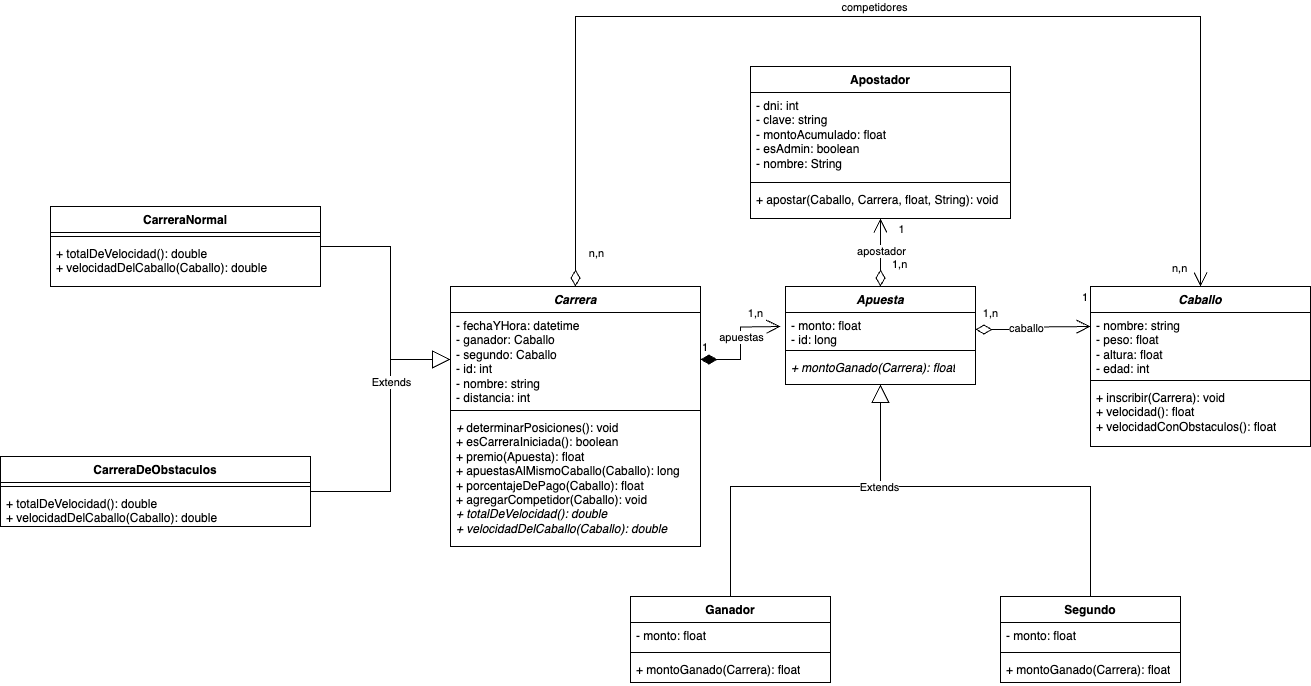
Earlier version of the draw.io export documentacion/diagrama-de-clases.png (lucasljm2001/tecnicas-avanzadas-de-programacion). Source tidied: cells renumbered, new cells last; positions are measured from the earlier drawing's top-left corner, leaving out a move shared by most shapes. Its diagram source:
```xml
<mxGraphModel>
  <root>
    <mxCell id="0" />
    <mxCell id="1" parent="0" />
    <mxCell id="2" value="&lt;i&gt;Carrera&lt;/i&gt;" style="swimlane;fontStyle=1;align=center;verticalAlign=top;horizontal=1;startSize=26;whiteSpace=wrap;html=1;" parent="1" vertex="1">
      <mxGeometry x="450" y="270" width="250" height="260" as="geometry" />
    </mxCell>
    <mxCell id="3" value="- fechaYHora: datetime&lt;div&gt;- ganador: Caballo&lt;/div&gt;&lt;div&gt;- segundo: Caballo&lt;/div&gt;&lt;div&gt;- id: int&lt;/div&gt;&lt;div&gt;- nombre: string&lt;/div&gt;&lt;div&gt;- distancia: int&lt;/div&gt;" style="text;strokeColor=none;fillColor=none;align=left;verticalAlign=top;spacingLeft=4;spacingRight=4;overflow=hidden;points=[[0,0.5],[1,0.5]];portConstraint=eastwest;whiteSpace=wrap;html=1;" parent="2" vertex="1">
      <mxGeometry y="26" width="250" height="94" as="geometry" />
    </mxCell>
    <mxCell id="4" style="line;strokeWidth=1;fillColor=none;align=left;verticalAlign=middle;spacingTop=-1;spacingLeft=3;spacingRight=3;labelPosition=right;strokeColor=inherit;" parent="2" vertex="1">
      <mxGeometry y="120" width="250" height="8" as="geometry" />
    </mxCell>
    <mxCell id="5" value="&lt;i&gt;+ &lt;/i&gt;determinarPosiciones(): void&lt;div&gt;&lt;span style=&quot;background-color: initial;&quot;&gt;+ esCarreraIniciada(): boolean&lt;/span&gt;&lt;br&gt;&lt;/div&gt;&lt;div&gt;&lt;span style=&quot;background-color: initial;&quot;&gt;+ premio(Apuesta): float&lt;/span&gt;&lt;/div&gt;&lt;div&gt;&lt;span style=&quot;background-color: initial;&quot;&gt;+ apuestasAlMismoCaballo(Caballo): long&lt;/span&gt;&lt;/div&gt;&lt;div&gt;&lt;span style=&quot;background-color: initial;&quot;&gt;+ porcentajeDePago(Caballo): float&lt;/span&gt;&lt;/div&gt;&lt;div&gt;&lt;span style=&quot;background-color: initial;&quot;&gt;+ agregarCompetidor(Caballo): void&lt;/span&gt;&lt;/div&gt;&lt;div&gt;&lt;span style=&quot;background-color: initial;&quot;&gt;&lt;i&gt;+ totalDeVelocidad(): double&lt;/i&gt;&lt;/span&gt;&lt;/div&gt;&lt;div&gt;&lt;span style=&quot;background-color: initial;&quot;&gt;&lt;i&gt;+ velocidadDelCaballo(Caballo): double&lt;/i&gt;&lt;/span&gt;&lt;/div&gt;" style="text;strokeColor=none;fillColor=none;align=left;verticalAlign=top;spacingLeft=4;spacingRight=4;overflow=hidden;whiteSpace=wrap;html=1;" parent="2" vertex="1">
      <mxGeometry y="128" width="250" height="132" as="geometry" />
    </mxCell>
    <mxCell id="6" value="&lt;i&gt;Apuesta&lt;/i&gt;" style="swimlane;fontStyle=1;align=center;verticalAlign=top;horizontal=1;startSize=26;whiteSpace=wrap;html=1;" parent="1" vertex="1">
      <mxGeometry x="785" y="270" width="190" height="98" as="geometry" />
    </mxCell>
    <mxCell id="7" value="- monto: float&lt;div&gt;- id: long&lt;/div&gt;" style="text;strokeColor=none;fillColor=none;align=left;verticalAlign=top;spacingLeft=4;spacingRight=4;overflow=hidden;points=[[0,0.5],[1,0.5]];portConstraint=eastwest;whiteSpace=wrap;html=1;" parent="6" vertex="1">
      <mxGeometry y="26" width="190" height="34" as="geometry" />
    </mxCell>
    <mxCell id="8" style="line;strokeWidth=1;fillColor=none;align=left;verticalAlign=middle;spacingTop=-1;spacingLeft=3;spacingRight=3;labelPosition=right;strokeColor=inherit;" parent="6" vertex="1">
      <mxGeometry y="60" width="190" height="8" as="geometry" />
    </mxCell>
    <mxCell id="9" value="&lt;i&gt;+ montoGanado(Carrera): float&lt;/i&gt;" style="text;strokeColor=none;fillColor=none;align=left;verticalAlign=top;spacingLeft=4;spacingRight=4;overflow=hidden;whiteSpace=wrap;html=1;" parent="6" vertex="1">
      <mxGeometry y="68" width="190" height="30" as="geometry" />
    </mxCell>
    <mxCell id="10" value="&lt;i&gt;Caballo&lt;/i&gt;" style="swimlane;fontStyle=1;align=center;verticalAlign=top;horizontal=1;startSize=26;whiteSpace=wrap;html=1;" parent="1" vertex="1">
      <mxGeometry x="1090" y="270" width="220" height="160" as="geometry" />
    </mxCell>
    <mxCell id="11" value="- nombre: string&lt;div&gt;- peso: float&lt;/div&gt;&lt;div&gt;- altura: float&lt;/div&gt;&lt;div&gt;- edad: int&lt;/div&gt;" style="text;strokeColor=none;fillColor=none;align=left;verticalAlign=top;spacingLeft=4;spacingRight=4;overflow=hidden;whiteSpace=wrap;html=1;" parent="10" vertex="1">
      <mxGeometry y="26" width="220" height="64" as="geometry" />
    </mxCell>
    <mxCell id="12" style="line;strokeWidth=1;fillColor=none;align=left;verticalAlign=middle;spacingTop=-1;spacingLeft=3;spacingRight=3;labelPosition=right;strokeColor=inherit;" parent="10" vertex="1">
      <mxGeometry y="90" width="220" height="8" as="geometry" />
    </mxCell>
    <mxCell id="13" value="+ inscribir(Carrera): void&lt;div&gt;&lt;span style=&quot;background-color: initial;&quot;&gt;+ velocidad(): float&lt;/span&gt;&lt;br&gt;&lt;/div&gt;&lt;div&gt;+ velocidadConObstaculos(): float&lt;/div&gt;" style="text;strokeColor=none;fillColor=none;align=left;verticalAlign=top;spacingLeft=4;spacingRight=4;overflow=hidden;whiteSpace=wrap;html=1;" parent="10" vertex="1">
      <mxGeometry y="98" width="220" height="62" as="geometry" />
    </mxCell>
    <mxCell id="14" value="Apostador" style="swimlane;fontStyle=1;align=center;verticalAlign=top;horizontal=1;startSize=26;whiteSpace=wrap;html=1;" parent="1" vertex="1">
      <mxGeometry x="750" y="50" width="260" height="152" as="geometry" />
    </mxCell>
    <mxCell id="15" value="&lt;div&gt;- dni: int&lt;/div&gt;&lt;div&gt;- clave: string&lt;/div&gt;&lt;div&gt;- montoAcumulado: float&lt;/div&gt;&lt;div&gt;- esAdmin: boolean&lt;/div&gt;&lt;div&gt;- nombre: String&lt;/div&gt;" style="text;strokeColor=none;fillColor=none;align=left;verticalAlign=top;spacingLeft=4;spacingRight=4;overflow=hidden;whiteSpace=wrap;html=1;" parent="14" vertex="1">
      <mxGeometry y="26" width="260" height="86" as="geometry" />
    </mxCell>
    <mxCell id="16" style="line;strokeWidth=1;fillColor=none;align=left;verticalAlign=middle;spacingTop=-1;spacingLeft=3;spacingRight=3;labelPosition=right;strokeColor=inherit;" parent="14" vertex="1">
      <mxGeometry y="112" width="260" height="8" as="geometry" />
    </mxCell>
    <mxCell id="17" value="+ apostar(Caballo, Carrera, float, String): void" style="text;strokeColor=none;fillColor=none;align=left;verticalAlign=top;spacingLeft=4;spacingRight=4;overflow=hidden;whiteSpace=wrap;html=1;" parent="14" vertex="1">
      <mxGeometry y="120" width="260" height="32" as="geometry" />
    </mxCell>
    <mxCell id="18" value="1" style="endArrow=open;html=1;endSize=12;startArrow=diamondThin;startSize=14;startFill=1;edgeStyle=orthogonalEdgeStyle;align=left;verticalAlign=bottom;rounded=0;exitX=1;exitY=0.5;exitDx=0;exitDy=0;" parent="1" edge="1" source="3">
      <mxGeometry x="-1" y="3" relative="1" as="geometry">
        <mxPoint x="780" y="310" as="targetPoint" />
      </mxGeometry>
    </mxCell>
    <mxCell id="19" value="1,n" style="edgeLabel;html=1;align=center;verticalAlign=middle;" parent="18" vertex="1">
      <mxGeometry x="0.83" y="2" relative="1" as="geometry">
        <mxPoint x="-16" y="-12" as="offset" />
      </mxGeometry>
    </mxCell>
    <mxCell id="20" value="apuestas" style="edgeLabel;html=1;align=center;verticalAlign=middle;" parent="18" vertex="1">
      <mxGeometry x="0.11" relative="1" as="geometry" />
    </mxCell>
    <mxCell id="21" value="1" style="endArrow=open;html=1;endSize=12;startArrow=diamondThin;startSize=14;startFill=0;edgeStyle=orthogonalEdgeStyle;align=left;verticalAlign=bottom;rounded=0;exitX=1;exitY=0.5;exitDx=0;exitDy=0;" parent="1" edge="1" source="7">
      <mxGeometry x="0.83" y="20" relative="1" as="geometry">
        <mxPoint x="1090" y="310" as="targetPoint" />
      </mxGeometry>
    </mxCell>
    <mxCell id="22" value="1,n" style="edgeLabel;html=1;align=center;verticalAlign=middle;" parent="21" vertex="1">
      <mxGeometry x="0.7" y="3" relative="1" as="geometry">
        <mxPoint x="-83" y="-11" as="offset" />
      </mxGeometry>
    </mxCell>
    <mxCell id="23" value="caballo" style="edgeLabel;html=1;align=center;verticalAlign=middle;" parent="21" vertex="1">
      <mxGeometry x="-0.14" y="2" relative="1" as="geometry" />
    </mxCell>
    <mxCell id="24" value="1,n" style="endArrow=open;html=1;endSize=12;startArrow=diamondThin;startSize=14;startFill=0;edgeStyle=orthogonalEdgeStyle;align=left;verticalAlign=bottom;rounded=0;entryX=0.5;entryY=1;entryDx=0;entryDy=0;" parent="1" edge="1" source="6" target="14">
      <mxGeometry x="-0.62" y="-10" relative="1" as="geometry" />
    </mxCell>
    <mxCell id="25" value="1" style="edgeLabel;html=1;align=center;verticalAlign=middle;" parent="24" vertex="1">
      <mxGeometry x="0.68" y="3" relative="1" as="geometry">
        <mxPoint x="23" as="offset" />
      </mxGeometry>
    </mxCell>
    <mxCell id="26" value="apostador" style="edgeLabel;html=1;align=center;verticalAlign=middle;" parent="24" vertex="1">
      <mxGeometry x="0.05" relative="1" as="geometry" />
    </mxCell>
    <mxCell id="27" value="n,n" style="endArrow=open;html=1;endSize=12;startArrow=diamondThin;startSize=14;startFill=0;edgeStyle=orthogonalEdgeStyle;align=left;verticalAlign=bottom;rounded=0;exitX=0.5;exitY=0;exitDx=0;exitDy=0;entryX=0.5;entryY=0;entryDx=0;entryDy=0;" parent="1" edge="1" source="2" target="10">
      <mxGeometry x="0.98" y="-30" relative="1" as="geometry">
        <Array as="points">
          <mxPoint x="575" />
          <mxPoint x="1200" />
        </Array>
      </mxGeometry>
    </mxCell>
    <mxCell id="28" value="n,n" style="edgeLabel;html=1;align=center;verticalAlign=middle;" parent="27" vertex="1">
      <mxGeometry x="-0.91" y="-2" relative="1" as="geometry">
        <mxPoint x="18" y="18" as="offset" />
      </mxGeometry>
    </mxCell>
    <mxCell id="29" value="competidores" style="edgeLabel;html=1;align=center;verticalAlign=middle;" parent="27" vertex="1">
      <mxGeometry x="-0.03" y="-1" relative="1" as="geometry">
        <mxPoint y="-11" as="offset" />
      </mxGeometry>
    </mxCell>
    <mxCell id="30" value="Ganador" style="swimlane;fontStyle=1;align=center;verticalAlign=top;horizontal=1;startSize=26;whiteSpace=wrap;html=1;" parent="1" vertex="1">
      <mxGeometry x="630" y="580" width="200" height="86" as="geometry" />
    </mxCell>
    <mxCell id="31" value="- monto: float" style="text;strokeColor=none;fillColor=none;align=left;verticalAlign=top;spacingLeft=4;spacingRight=4;overflow=hidden;whiteSpace=wrap;html=1;" parent="30" vertex="1">
      <mxGeometry y="26" width="200" height="26" as="geometry" />
    </mxCell>
    <mxCell id="32" style="line;strokeWidth=1;fillColor=none;align=left;verticalAlign=middle;spacingTop=-1;spacingLeft=3;spacingRight=3;labelPosition=right;strokeColor=inherit;" parent="30" vertex="1">
      <mxGeometry y="52" width="200" height="8" as="geometry" />
    </mxCell>
    <mxCell id="33" value="+ montoGanado(Carrera): float" style="text;strokeColor=none;fillColor=none;align=left;verticalAlign=top;spacingLeft=4;spacingRight=4;overflow=hidden;whiteSpace=wrap;html=1;" parent="30" vertex="1">
      <mxGeometry y="60" width="200" height="26" as="geometry" />
    </mxCell>
    <mxCell id="34" value="Segundo" style="swimlane;fontStyle=1;align=center;verticalAlign=top;horizontal=1;startSize=26;whiteSpace=wrap;html=1;" parent="1" vertex="1">
      <mxGeometry x="1000" y="580" width="180" height="86" as="geometry" />
    </mxCell>
    <mxCell id="35" value="- monto: float" style="text;strokeColor=none;fillColor=none;align=left;verticalAlign=top;spacingLeft=4;spacingRight=4;overflow=hidden;whiteSpace=wrap;html=1;" parent="34" vertex="1">
      <mxGeometry y="26" width="180" height="26" as="geometry" />
    </mxCell>
    <mxCell id="36" style="line;strokeWidth=1;fillColor=none;align=left;verticalAlign=middle;spacingTop=-1;spacingLeft=3;spacingRight=3;labelPosition=right;strokeColor=inherit;" parent="34" vertex="1">
      <mxGeometry y="52" width="180" height="8" as="geometry" />
    </mxCell>
    <mxCell id="37" value="+ montoGanado(Carrera): float" style="text;strokeColor=none;fillColor=none;align=left;verticalAlign=top;spacingLeft=4;spacingRight=4;overflow=hidden;whiteSpace=wrap;html=1;" parent="34" vertex="1">
      <mxGeometry y="60" width="180" height="26" as="geometry" />
    </mxCell>
    <mxCell id="38" style="endArrow=block;endSize=16;endFill=0;html=1;rounded=0;exitX=0.5;exitY=0;exitDx=0;exitDy=0;entryX=0.5;entryY=1;entryDx=0;entryDy=0;" parent="1" edge="1" source="30" target="6">
      <mxGeometry relative="1" as="geometry">
        <Array as="points">
          <mxPoint x="730" y="470" />
          <mxPoint x="880" y="470" />
        </Array>
      </mxGeometry>
    </mxCell>
    <mxCell id="39" style="endArrow=none;html=1;rounded=0;exitX=0.5;exitY=0;exitDx=0;exitDy=0;" parent="1" edge="1" source="34">
      <mxGeometry relative="1" as="geometry">
        <mxPoint x="790" y="470" as="targetPoint" />
        <Array as="points">
          <mxPoint x="1090" y="470" />
        </Array>
      </mxGeometry>
    </mxCell>
    <mxCell id="40" value="Extends" style="edgeLabel;html=1;align=center;verticalAlign=middle;" parent="39" vertex="1">
      <mxGeometry x="0.57" relative="1" as="geometry" />
    </mxCell>
    <mxCell id="41" value="CarreraNormal" style="swimlane;fontStyle=1;align=center;verticalAlign=top;horizontal=1;startSize=26;whiteSpace=wrap;html=1;" parent="1" vertex="1">
      <mxGeometry x="50" y="190" width="270" height="80" as="geometry" />
    </mxCell>
    <mxCell id="42" style="line;strokeWidth=1;fillColor=none;align=left;verticalAlign=middle;spacingTop=-1;spacingLeft=3;spacingRight=3;labelPosition=right;strokeColor=inherit;" parent="41" vertex="1">
      <mxGeometry y="26" width="270" height="8" as="geometry" />
    </mxCell>
    <mxCell id="43" value="&lt;div&gt;&lt;span style=&quot;background-color: initial;&quot;&gt;+ totalDeVelocidad(): double&lt;/span&gt;&lt;/div&gt;&lt;div&gt;&lt;span style=&quot;background-color: initial;&quot;&gt;+ velocidadDelCaballo(Caballo): double&lt;/span&gt;&lt;/div&gt;" style="text;strokeColor=none;fillColor=none;align=left;verticalAlign=top;spacingLeft=4;spacingRight=4;overflow=hidden;whiteSpace=wrap;html=1;" parent="41" vertex="1">
      <mxGeometry y="34" width="270" height="46" as="geometry" />
    </mxCell>
    <mxCell id="44" value="CarreraDeObstaculos" style="swimlane;fontStyle=1;align=center;verticalAlign=top;horizontal=1;startSize=26;whiteSpace=wrap;html=1;" parent="1" vertex="1">
      <mxGeometry y="440" width="310" height="70" as="geometry" />
    </mxCell>
    <mxCell id="45" style="line;strokeWidth=1;fillColor=none;align=left;verticalAlign=middle;spacingTop=-1;spacingLeft=3;spacingRight=3;labelPosition=right;strokeColor=inherit;" parent="44" vertex="1">
      <mxGeometry y="26" width="310" height="8" as="geometry" />
    </mxCell>
    <mxCell id="46" value="&lt;div&gt;&lt;div&gt;&lt;span style=&quot;background-color: initial;&quot;&gt;+ totalDeVelocidad(): double&lt;/span&gt;&lt;/div&gt;&lt;div&gt;&lt;span style=&quot;background-color: initial;&quot;&gt;+ velocidadDelCaballo(Caballo): double&lt;/span&gt;&lt;/div&gt;&lt;/div&gt;" style="text;strokeColor=none;fillColor=none;align=left;verticalAlign=top;spacingLeft=4;spacingRight=4;overflow=hidden;whiteSpace=wrap;html=1;" parent="44" vertex="1">
      <mxGeometry y="34" width="310" height="36" as="geometry" />
    </mxCell>
    <mxCell id="47" style="endArrow=block;endSize=16;endFill=0;html=1;rounded=0;exitX=1;exitY=0.5;exitDx=0;exitDy=0;entryX=0;entryY=0.5;entryDx=0;entryDy=0;" parent="1" edge="1" source="41" target="3">
      <mxGeometry relative="1" as="geometry">
        <Array as="points">
          <mxPoint x="390" y="230" />
          <mxPoint x="390" y="343" />
        </Array>
      </mxGeometry>
    </mxCell>
    <mxCell id="48" style="endArrow=none;html=1;rounded=0;exitX=1;exitY=0.5;exitDx=0;exitDy=0;" parent="1" edge="1" source="44">
      <mxGeometry relative="1" as="geometry">
        <mxPoint x="390" y="340" as="targetPoint" />
        <Array as="points">
          <mxPoint x="390" y="475" />
        </Array>
      </mxGeometry>
    </mxCell>
    <mxCell id="49" value="Extends" style="edgeLabel;html=1;align=center;verticalAlign=middle;" parent="48" vertex="1">
      <mxGeometry x="0.78" y="3" relative="1" as="geometry">
        <mxPoint x="3" y="2" as="offset" />
      </mxGeometry>
    </mxCell>
  </root>
</mxGraphModel>
```
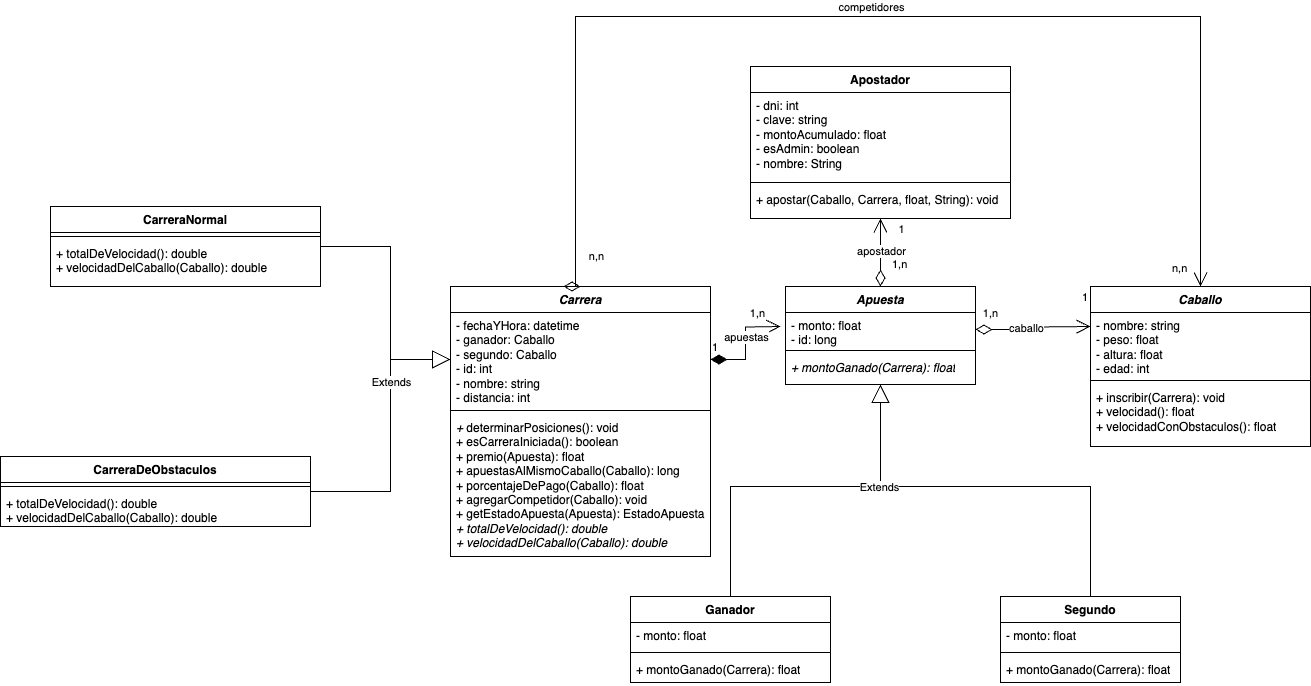
Above is the later version.

Commit message:
Actualizo documentacion

Diff of the diagram source:
```diff
@@ -3,16 +3,16 @@
     <mxCell id="0" />
     <mxCell id="1" parent="0" />
     <mxCell id="2" value="&lt;i&gt;Carrera&lt;/i&gt;" style="swimlane;fontStyle=1;align=center;verticalAlign=top;horizontal=1;startSize=26;whiteSpace=wrap;html=1;" parent="1" vertex="1">
-      <mxGeometry x="450" y="270" width="250" height="260" as="geometry" />
+      <mxGeometry x="450" y="270" width="260" height="270" as="geometry" />
     </mxCell>
     <mxCell id="3" value="- fechaYHora: datetime&lt;div&gt;- ganador: Caballo&lt;/div&gt;&lt;div&gt;- segundo: Caballo&lt;/div&gt;&lt;div&gt;- id: int&lt;/div&gt;&lt;div&gt;- nombre: string&lt;/div&gt;&lt;div&gt;- distancia: int&lt;/div&gt;" style="text;strokeColor=none;fillColor=none;align=left;verticalAlign=top;spacingLeft=4;spacingRight=4;overflow=hidden;points=[[0,0.5],[1,0.5]];portConstraint=eastwest;whiteSpace=wrap;html=1;" parent="2" vertex="1">
-      <mxGeometry y="26" width="250" height="94" as="geometry" />
+      <mxGeometry y="26" width="260" height="94" as="geometry" />
     </mxCell>
     <mxCell id="4" style="line;strokeWidth=1;fillColor=none;align=left;verticalAlign=middle;spacingTop=-1;spacingLeft=3;spacingRight=3;labelPosition=right;strokeColor=inherit;" parent="2" vertex="1">
-      <mxGeometry y="120" width="250" height="8" as="geometry" />
+      <mxGeometry y="120" width="260" height="8" as="geometry" />
     </mxCell>
-    <mxCell id="5" value="&lt;i&gt;+ &lt;/i&gt;determinarPosiciones(): void&lt;div&gt;&lt;span style=&quot;background-color: initial;&quot;&gt;+ esCarreraIniciada(): boolean&lt;/span&gt;&lt;br&gt;&lt;/div&gt;&lt;div&gt;&lt;span style=&quot;background-color: initial;&quot;&gt;+ premio(Apuesta): float&lt;/span&gt;&lt;/div&gt;&lt;div&gt;&lt;span style=&quot;background-color: initial;&quot;&gt;+ apuestasAlMismoCaballo(Caballo): long&lt;/span&gt;&lt;/div&gt;&lt;div&gt;&lt;span style=&quot;background-color: initial;&quot;&gt;+ porcentajeDePago(Caballo): float&lt;/span&gt;&lt;/div&gt;&lt;div&gt;&lt;span style=&quot;background-color: initial;&quot;&gt;+ agregarCompetidor(Caballo): void&lt;/span&gt;&lt;/div&gt;&lt;div&gt;&lt;span style=&quot;background-color: initial;&quot;&gt;&lt;i&gt;+ totalDeVelocidad(): double&lt;/i&gt;&lt;/span&gt;&lt;/div&gt;&lt;div&gt;&lt;span style=&quot;background-color: initial;&quot;&gt;&lt;i&gt;+ velocidadDelCaballo(Caballo): double&lt;/i&gt;&lt;/span&gt;&lt;/div&gt;" style="text;strokeColor=none;fillColor=none;align=left;verticalAlign=top;spacingLeft=4;spacingRight=4;overflow=hidden;whiteSpace=wrap;html=1;" parent="2" vertex="1">
-      <mxGeometry y="128" width="250" height="132" as="geometry" />
+    <mxCell id="5" value="&lt;i&gt;+ &lt;/i&gt;determinarPosiciones(): void&lt;div&gt;&lt;span style=&quot;background-color: initial;&quot;&gt;+ esCarreraIniciada(): boolean&lt;/span&gt;&lt;br&gt;&lt;/div&gt;&lt;div&gt;&lt;span style=&quot;background-color: initial;&quot;&gt;+ premio(Apuesta): float&lt;/span&gt;&lt;/div&gt;&lt;div&gt;&lt;span style=&quot;background-color: initial;&quot;&gt;+ apuestasAlMismoCaballo(Caballo): long&lt;/span&gt;&lt;/div&gt;&lt;div&gt;&lt;span style=&quot;background-color: initial;&quot;&gt;+ porcentajeDePago(Caballo): float&lt;/span&gt;&lt;/div&gt;&lt;div&gt;&lt;span style=&quot;background-color: initial;&quot;&gt;+ agregarCompetidor(Caballo): void&lt;/span&gt;&lt;/div&gt;&lt;div&gt;&lt;span style=&quot;background-color: initial;&quot;&gt;+ getEstadoApuesta(Apuesta): EstadoApuesta&lt;/span&gt;&lt;/div&gt;&lt;div&gt;&lt;span style=&quot;background-color: initial;&quot;&gt;&lt;i&gt;+ totalDeVelocidad(): double&lt;/i&gt;&lt;/span&gt;&lt;/div&gt;&lt;div&gt;&lt;span style=&quot;background-color: initial;&quot;&gt;&lt;i&gt;+ velocidadDelCaballo(Caballo): double&lt;/i&gt;&lt;/span&gt;&lt;/div&gt;" style="text;strokeColor=none;fillColor=none;align=left;verticalAlign=top;spacingLeft=4;spacingRight=4;overflow=hidden;whiteSpace=wrap;html=1;" parent="2" vertex="1">
+      <mxGeometry y="128" width="260" height="142" as="geometry" />
     </mxCell>
     <mxCell id="6" value="&lt;i&gt;Apuesta&lt;/i&gt;" style="swimlane;fontStyle=1;align=center;verticalAlign=top;horizontal=1;startSize=26;whiteSpace=wrap;html=1;" parent="1" vertex="1">
       <mxGeometry x="785" y="270" width="190" height="98" as="geometry" />
```
